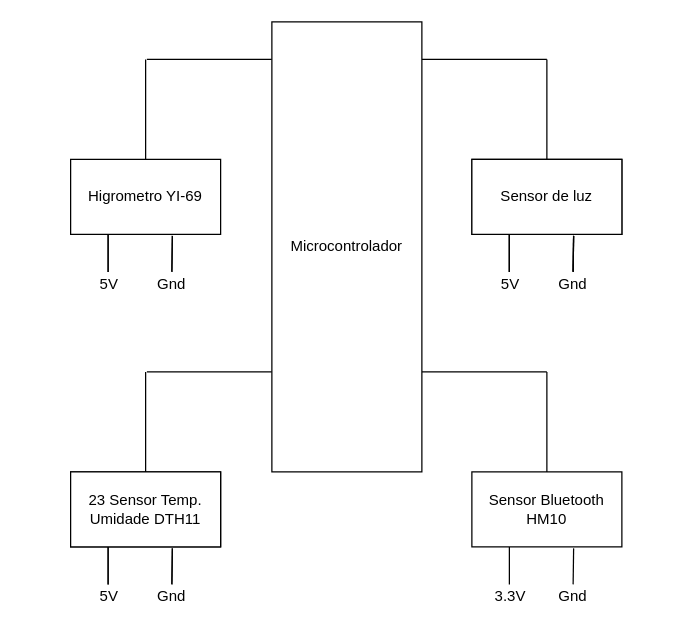
Tabacow/Projeto_EEN251_1_Semestre keeps this draw.io diagram as Microcontrolador.drawio. Above is the earlier version. Source tidied: cells renumbered, new cells numbered last; positions are measured from the earlier drawing's top-left corner, leaving out a move shared by most shapes. Both pictures are drawn from the tidied source at 125%, with x=0, y=0 at pixel (70, 21).
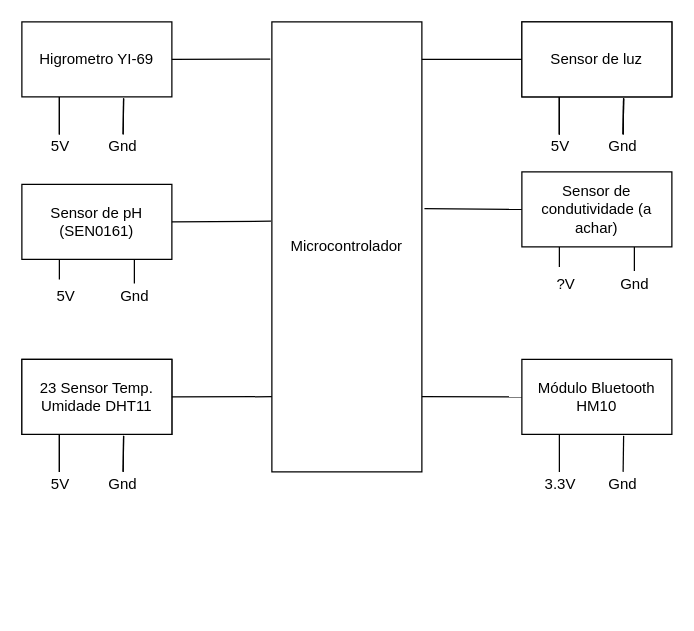
After the change.

Unchanged cells that the change refers to:
```xml
<mxCell id="40" value="Microcontrolador" style="rounded=0;whiteSpace=wrap;html=1;" parent="1" vertex="1">
  <mxGeometry x="161" width="120" height="360" as="geometry" />
</mxCell>
```

The edit, as a diff of the source:
```diff
@@
     <mxCell id="2" value="Higrometro YI-69" style="rounded=0;whiteSpace=wrap;html=1;" parent="1" vertex="1">
-      <mxGeometry y="110" width="120" height="60" as="geometry" />
+      <mxGeometry x="-39" width="120" height="60" as="geometry" />
     </mxCell>
     <mxCell id="3" style="rounded=0;whiteSpace=wrap;html=1;" parent="1" vertex="1">
-      <mxGeometry x="321" y="110" width="120" height="60" as="geometry" />
+      <mxGeometry x="361" width="120" height="60" as="geometry" />
     </mxCell>
     <mxCell id="4" style="rounded=0;whiteSpace=wrap;html=1;" parent="1" vertex="1">
-      <mxGeometry y="360" width="120" height="60" as="geometry" />
+      <mxGeometry x="-39" y="270" width="120" height="60" as="geometry" />
     </mxCell>
-    <mxCell id="5" value="Sensor Bluetooth HM10" style="rounded=0;whiteSpace=wrap;html=1;" parent="1" vertex="1">
-      <mxGeometry x="321" y="360" width="120" height="60" as="geometry" />
+    <mxCell id="5" value="Módulo Bluetooth HM10" style="rounded=0;whiteSpace=wrap;html=1;" parent="1" vertex="1">
+      <mxGeometry x="361" y="270" width="120" height="60" as="geometry" />
     </mxCell>
     <mxCell id="6" style="endArrow=none;html=1;entryX=0.25;entryY=1;entryDx=0;entryDy=0;" parent="1" edge="1" target="2">
       <mxGeometry relative="1" as="geometry">
-        <mxPoint x="30" y="200" as="sourcePoint" />
+        <mxPoint x="-9" y="90" as="sourcePoint" />
       </mxGeometry>
     </mxCell>
     <mxCell id="7" style="endArrow=none;html=1;entryX=0.678;entryY=1.02;entryDx=0;entryDy=0;entryPerimeter=0;" parent="1" edge="1" target="2">
       <mxGeometry relative="1" as="geometry">
-        <mxPoint x="81" y="200" as="sourcePoint" />
+        <mxPoint x="42" y="90" as="sourcePoint" />
       </mxGeometry>
     </mxCell>
     <mxCell id="8" style="endArrow=none;html=1;entryX=0.25;entryY=1;entryDx=0;entryDy=0;" parent="1" edge="1">
       <mxGeometry relative="1" as="geometry">
-        <mxPoint x="30" y="450" as="sourcePoint" />
-        <mxPoint x="30" y="420" as="targetPoint" />
+        <mxPoint x="-9" y="360" as="sourcePoint" />
+        <mxPoint x="-9" y="330" as="targetPoint" />
       </mxGeometry>
     </mxCell>
     <mxCell id="9" style="endArrow=none;html=1;entryX=0.678;entryY=1.02;entryDx=0;entryDy=0;entryPerimeter=0;" parent="1" edge="1">
       <mxGeometry relative="1" as="geometry">
-        <mxPoint x="81" y="450" as="sourcePoint" />
-        <mxPoint x="81.4" y="421.2" as="targetPoint" />
+        <mxPoint x="42" y="360" as="sourcePoint" />
+        <mxPoint x="42.4" y="331.2" as="targetPoint" />
       </mxGeometry>
     </mxCell>
     <mxCell id="10" style="endArrow=none;html=1;entryX=0.25;entryY=1;entryDx=0;entryDy=0;" parent="1" edge="1">
       <mxGeometry relative="1" as="geometry">
-        <mxPoint x="351" y="200" as="sourcePoint" />
-        <mxPoint x="351" y="170" as="targetPoint" />
+        <mxPoint x="391" y="90" as="sourcePoint" />
+        <mxPoint x="391" y="60" as="targetPoint" />
       </mxGeometry>
     </mxCell>
     <mxCell id="11" style="endArrow=none;html=1;entryX=0.678;entryY=1.02;entryDx=0;entryDy=0;entryPerimeter=0;" parent="1" edge="1">
       <mxGeometry relative="1" as="geometry">
-        <mxPoint x="402" y="200" as="sourcePoint" />
-        <mxPoint x="402.4" y="171.2" as="targetPoint" />
+        <mxPoint x="442" y="90" as="sourcePoint" />
+        <mxPoint x="442.4" y="61.2" as="targetPoint" />
       </mxGeometry>
     </mxCell>
     <mxCell id="12" style="endArrow=none;html=1;entryX=0.25;entryY=1;entryDx=0;entryDy=0;" parent="1" edge="1">
       <mxGeometry relative="1" as="geometry">
-        <mxPoint x="351" y="450" as="sourcePoint" />
-        <mxPoint x="351" y="420" as="targetPoint" />
+        <mxPoint x="391" y="360" as="sourcePoint" />
+        <mxPoint x="391" y="330" as="targetPoint" />
       </mxGeometry>
     </mxCell>
     <mxCell id="13" style="endArrow=none;html=1;entryX=0.678;entryY=1.02;entryDx=0;entryDy=0;entryPerimeter=0;" parent="1" edge="1">
       <mxGeometry relative="1" as="geometry">
-        <mxPoint x="402" y="450" as="sourcePoint" />
-        <mxPoint x="402.4" y="421.2" as="targetPoint" />
+        <mxPoint x="442" y="360" as="sourcePoint" />
+        <mxPoint x="442.4" y="331.2" as="targetPoint" />
       </mxGeometry>
     </mxCell>
     <mxCell id="14" value="5V" style="text;html=1;strokeColor=none;fillColor=none;align=center;verticalAlign=middle;whiteSpace=wrap;rounded=0;" parent="1" vertex="1">
-      <mxGeometry x="11" y="200" width="40" height="20" as="geometry" />
+      <mxGeometry x="-28" y="90" width="40" height="20" as="geometry" />
     </mxCell>
     <mxCell id="15" value="Gnd" style="text;html=1;strokeColor=none;fillColor=none;align=center;verticalAlign=middle;whiteSpace=wrap;rounded=0;" parent="1" vertex="1">
-      <mxGeometry x="61" y="200" width="40" height="20" as="geometry" />
+      <mxGeometry x="22" y="90" width="40" height="20" as="geometry" />
     </mxCell>
-    <mxCell id="16" value="23 Sensor Temp. Umidade DTH11" style="rounded=0;whiteSpace=wrap;html=1;" parent="1" vertex="1">
-      <mxGeometry y="360" width="120" height="60" as="geometry" />
+    <mxCell id="16" value="23 Sensor Temp. Umidade DHT11" style="rounded=0;whiteSpace=wrap;html=1;" parent="1" vertex="1">
+      <mxGeometry x="-39" y="270" width="120" height="60" as="geometry" />
     </mxCell>
     <mxCell id="17" style="endArrow=none;html=1;entryX=0.25;entryY=1;entryDx=0;entryDy=0;" parent="1" edge="1" target="16">
       <mxGeometry relative="1" as="geometry">
-        <mxPoint x="30" y="450" as="sourcePoint" />
+        <mxPoint x="-9" y="360" as="sourcePoint" />
       </mxGeometry>
     </mxCell>
     <mxCell id="18" style="endArrow=none;html=1;entryX=0.678;entryY=1.02;entryDx=0;entryDy=0;entryPerimeter=0;" parent="1" edge="1" target="16">
       <mxGeometry relative="1" as="geometry">
-        <mxPoint x="81" y="450" as="sourcePoint" />
+        <mxPoint x="42" y="360" as="sourcePoint" />
       </mxGeometry>
     </mxCell>
     <mxCell id="19" value="5V" style="text;html=1;strokeColor=none;fillColor=none;align=center;verticalAlign=middle;whiteSpace=wrap;rounded=0;" parent="1" vertex="1">
-      <mxGeometry x="11" y="450" width="40" height="20" as="geometry" />
+      <mxGeometry x="-28" y="360" width="40" height="20" as="geometry" />
     </mxCell>
     <mxCell id="20" value="Gnd" style="text;html=1;strokeColor=none;fillColor=none;align=center;verticalAlign=middle;whiteSpace=wrap;rounded=0;" parent="1" vertex="1">
-      <mxGeometry x="61" y="450" width="40" height="20" as="geometry" />
+      <mxGeometry x="22" y="360" width="40" height="20" as="geometry" />
     </mxCell>
     <mxCell id="21" value="Sensor de luz" style="rounded=0;whiteSpace=wrap;html=1;" parent="1" vertex="1">
-      <mxGeometry x="321" y="110" width="120" height="60" as="geometry" />
+      <mxGeometry x="361" width="120" height="60" as="geometry" />
     </mxCell>
     <mxCell id="22" style="endArrow=none;html=1;entryX=0.25;entryY=1;entryDx=0;entryDy=0;" parent="1" edge="1" target="21">
       <mxGeometry relative="1" as="geometry">
-        <mxPoint x="351" y="200" as="sourcePoint" />
+        <mxPoint x="391" y="90" as="sourcePoint" />
       </mxGeometry>
     </mxCell>
     <mxCell id="23" style="endArrow=none;html=1;entryX=0.678;entryY=1.02;entryDx=0;entryDy=0;entryPerimeter=0;" parent="1" edge="1" target="21">
       <mxGeometry relative="1" as="geometry">
-        <mxPoint x="402" y="200" as="sourcePoint" />
+        <mxPoint x="442" y="90" as="sourcePoint" />
       </mxGeometry>
     </mxCell>
     <mxCell id="24" value="5V" style="text;html=1;strokeColor=none;fillColor=none;align=center;verticalAlign=middle;whiteSpace=wrap;rounded=0;" parent="1" vertex="1">
-      <mxGeometry x="332" y="200" width="40" height="20" as="geometry" />
+      <mxGeometry x="372" y="90" width="40" height="20" as="geometry" />
     </mxCell>
     <mxCell id="25" value="Gnd" style="text;html=1;strokeColor=none;fillColor=none;align=center;verticalAlign=middle;whiteSpace=wrap;rounded=0;" parent="1" vertex="1">
-      <mxGeometry x="382" y="200" width="40" height="20" as="geometry" />
+      <mxGeometry x="422" y="90" width="40" height="20" as="geometry" />
     </mxCell>
     <mxCell id="26" value="3.3V" style="text;html=1;strokeColor=none;fillColor=none;align=center;verticalAlign=middle;whiteSpace=wrap;rounded=0;" parent="1" vertex="1">
-      <mxGeometry x="332" y="450" width="40" height="20" as="geometry" />
+      <mxGeometry x="372" y="360" width="40" height="20" as="geometry" />
     </mxCell>
     <mxCell id="27" value="Gnd" style="text;html=1;strokeColor=none;fillColor=none;align=center;verticalAlign=middle;whiteSpace=wrap;rounded=0;" parent="1" vertex="1">
-      <mxGeometry x="382" y="450" width="40" height="20" as="geometry" />
+      <mxGeometry x="422" y="360" width="40" height="20" as="geometry" />
     </mxCell>
-    <mxCell id="28" style="endArrow=none;html=1;" parent="1" edge="1" source="16">
-      <mxGeometry relative="1" as="geometry">
-        <mxPoint x="60" y="280" as="targetPoint" />
-      </mxGeometry>
-    </mxCell>
-    <mxCell id="29" style="endArrow=none;html=1;exitX=0.5;exitY=0;exitDx=0;exitDy=0;" parent="1" edge="1">
-      <mxGeometry relative="1" as="geometry">
-        <mxPoint x="381" y="360" as="sourcePoint" />
-        <mxPoint x="381" y="280" as="targetPoint" />
-      </mxGeometry>
-    </mxCell>
     <mxCell id="30" style="endArrow=none;html=1;entryX=0.25;entryY=1;entryDx=0;entryDy=0;" parent="1" edge="1">
       <mxGeometry relative="1" as="geometry">
-        <mxPoint x="30" y="200" as="sourcePoint" />
-        <mxPoint x="30" y="170" as="targetPoint" />
+        <mxPoint x="-9" y="90" as="sourcePoint" />
+        <mxPoint x="-9" y="60" as="targetPoint" />
       </mxGeometry>
     </mxCell>
     <mxCell id="31" style="endArrow=none;html=1;entryX=0.678;entryY=1.02;entryDx=0;entryDy=0;entryPerimeter=0;" parent="1" edge="1">
       <mxGeometry relative="1" as="geometry">
-        <mxPoint x="81" y="200" as="sourcePoint" />
-        <mxPoint x="81.4" y="171.2" as="targetPoint" />
+        <mxPoint x="42" y="90" as="sourcePoint" />
+        <mxPoint x="42.4" y="61.2" as="targetPoint" />
       </mxGeometry>
     </mxCell>
-    <mxCell id="32" style="endArrow=none;html=1;exitX=0.5;exitY=0;exitDx=0;exitDy=0;" parent="1" edge="1">
-      <mxGeometry relative="1" as="geometry">
-        <mxPoint x="60" y="110" as="sourcePoint" />
-        <mxPoint x="60" y="30" as="targetPoint" />
-      </mxGeometry>
-    </mxCell>
     <mxCell id="33" style="endArrow=none;html=1;entryX=0.25;entryY=1;entryDx=0;entryDy=0;" parent="1" edge="1">
       <mxGeometry relative="1" as="geometry">
-        <mxPoint x="351" y="200" as="sourcePoint" />
-        <mxPoint x="351" y="170" as="targetPoint" />
+        <mxPoint x="391" y="90" as="sourcePoint" />
+        <mxPoint x="391" y="60" as="targetPoint" />
       </mxGeometry>
     </mxCell>
     <mxCell id="34" style="endArrow=none;html=1;entryX=0.678;entryY=1.02;entryDx=0;entryDy=0;entryPerimeter=0;" parent="1" edge="1">
       <mxGeometry relative="1" as="geometry">
-        <mxPoint x="402" y="200" as="sourcePoint" />
-        <mxPoint x="402.4" y="171.2" as="targetPoint" />
+        <mxPoint x="442" y="90" as="sourcePoint" />
+        <mxPoint x="442.4" y="61.2" as="targetPoint" />
       </mxGeometry>
     </mxCell>
-    <mxCell id="35" style="endArrow=none;html=1;exitX=0.5;exitY=0;exitDx=0;exitDy=0;" parent="1" edge="1">
-      <mxGeometry relative="1" as="geometry">
-        <mxPoint x="381" y="110" as="sourcePoint" />
-        <mxPoint x="381" y="30" as="targetPoint" />
-      </mxGeometry>
-    </mxCell>
-    <mxCell id="36" style="endArrow=none;html=1;" parent="1" edge="1">
-      <mxGeometry relative="1" as="geometry">
-        <mxPoint x="61" y="280" as="sourcePoint" />
-        <mxPoint x="161" y="280" as="targetPoint" />
-      </mxGeometry>
-    </mxCell>
-    <mxCell id="37" style="endArrow=none;html=1;" parent="1" edge="1">
-      <mxGeometry relative="1" as="geometry">
-        <mxPoint x="381" y="280" as="sourcePoint" />
-        <mxPoint x="281" y="280" as="targetPoint" />
-      </mxGeometry>
-    </mxCell>
-    <mxCell id="38" style="endArrow=none;html=1;" parent="1" edge="1">
-      <mxGeometry relative="1" as="geometry">
-        <mxPoint x="61" y="30" as="sourcePoint" />
-        <mxPoint x="161" y="30" as="targetPoint" />
-      </mxGeometry>
-    </mxCell>
-    <mxCell id="39" style="endArrow=none;html=1;" parent="1" edge="1">
-      <mxGeometry relative="1" as="geometry">
-        <mxPoint x="381" y="30" as="sourcePoint" />
-        <mxPoint x="281" y="30" as="targetPoint" />
-      </mxGeometry>
-    </mxCell>
@@
+    <mxCell id="41" value="Sensor de pH (SEN0161)" style="rounded=0;whiteSpace=wrap;html=1;" parent="1" vertex="1">
+      <mxGeometry x="-39" y="130" width="120" height="60" as="geometry" />
+    </mxCell>
+    <mxCell id="42" value="5V" style="text;html=1;align=center;verticalAlign=middle;" parent="1" vertex="1">
+      <mxGeometry x="-19" y="210" width="30" height="20" as="geometry" />
+    </mxCell>
+    <mxCell id="43" value="Gnd" style="text;html=1;align=center;verticalAlign=middle;points=[];" parent="1" vertex="1">
+      <mxGeometry x="31" y="210" width="40" height="20" as="geometry" />
+    </mxCell>
+    <mxCell id="44" style="endArrow=none;html=1;exitX=0.25;exitY=1;exitDx=0;exitDy=0;" parent="1" edge="1" source="41">
+      <mxGeometry relative="1" as="geometry">
+        <mxPoint x="-9" y="206" as="targetPoint" />
+      </mxGeometry>
+    </mxCell>
+    <mxCell id="45" style="endArrow=none;html=1;entryX=0.75;entryY=1;entryDx=0;entryDy=0;exitX=0.5;exitY=-0.033;exitDx=0;exitDy=0;exitPerimeter=0;" parent="1" edge="1" source="43" target="41">
+      <mxGeometry relative="1" as="geometry" />
+    </mxCell>
+    <mxCell id="46" value="Sensor de condutividade (a achar)" style="rounded=0;whiteSpace=wrap;html=1;" parent="1" vertex="1">
+      <mxGeometry x="361" y="120" width="120" height="60" as="geometry" />
+    </mxCell>
+    <mxCell id="47" value="?V" style="text;html=1;align=center;verticalAlign=middle;" parent="1" vertex="1">
+      <mxGeometry x="381" y="200" width="30" height="20" as="geometry" />
+    </mxCell>
+    <mxCell id="48" value="Gnd" style="text;html=1;align=center;verticalAlign=middle;points=[];" parent="1" vertex="1">
+      <mxGeometry x="431" y="200" width="40" height="20" as="geometry" />
+    </mxCell>
+    <mxCell id="49" style="endArrow=none;html=1;exitX=0.25;exitY=1;exitDx=0;exitDy=0;" parent="1" edge="1" source="46">
+      <mxGeometry relative="1" as="geometry">
+        <mxPoint x="391" y="196" as="targetPoint" />
+      </mxGeometry>
+    </mxCell>
+    <mxCell id="50" style="endArrow=none;html=1;entryX=0.75;entryY=1;entryDx=0;entryDy=0;exitX=0.5;exitY=-0.033;exitDx=0;exitDy=0;exitPerimeter=0;" parent="1" edge="1" source="48" target="46">
+      <mxGeometry relative="1" as="geometry" />
+    </mxCell>
+    <mxCell id="51" style="endArrow=none;html=1;entryX=1;entryY=0.5;entryDx=0;entryDy=0;exitX=-0.011;exitY=0.083;exitDx=0;exitDy=0;exitPerimeter=0;" parent="1" edge="1" source="40" target="2">
+      <mxGeometry relative="1" as="geometry" />
+    </mxCell>
+    <mxCell id="52" style="endArrow=none;html=1;entryX=1;entryY=0.5;entryDx=0;entryDy=0;exitX=-0.006;exitY=0.443;exitDx=0;exitDy=0;exitPerimeter=0;" parent="1" edge="1" source="40" target="41">
+      <mxGeometry relative="1" as="geometry" />
+    </mxCell>
+    <mxCell id="53" style="endArrow=none;html=1;entryX=1;entryY=0.5;entryDx=0;entryDy=0;exitX=0;exitY=0.833;exitDx=0;exitDy=0;exitPerimeter=0;" parent="1" edge="1" source="40" target="16">
+      <mxGeometry relative="1" as="geometry" />
+    </mxCell>
+    <mxCell id="54" style="endArrow=none;html=1;entryX=0;entryY=0.5;entryDx=0;entryDy=0;" parent="1" edge="1" target="21">
+      <mxGeometry relative="1" as="geometry">
+        <mxPoint x="281" y="30" as="sourcePoint" />
+      </mxGeometry>
+    </mxCell>
+    <mxCell id="55" style="endArrow=none;html=1;entryX=0;entryY=0.5;entryDx=0;entryDy=0;exitX=1.017;exitY=0.415;exitDx=0;exitDy=0;exitPerimeter=0;" parent="1" edge="1" source="40" target="46">
+      <mxGeometry relative="1" as="geometry" />
+    </mxCell>
+    <mxCell id="56" style="endArrow=none;html=1;entryX=0;entryY=0.5;entryDx=0;entryDy=0;exitX=1;exitY=0.833;exitDx=0;exitDy=0;exitPerimeter=0;" parent="1" edge="1" source="40" target="5">
+      <mxGeometry relative="1" as="geometry" />
+    </mxCell>
```
